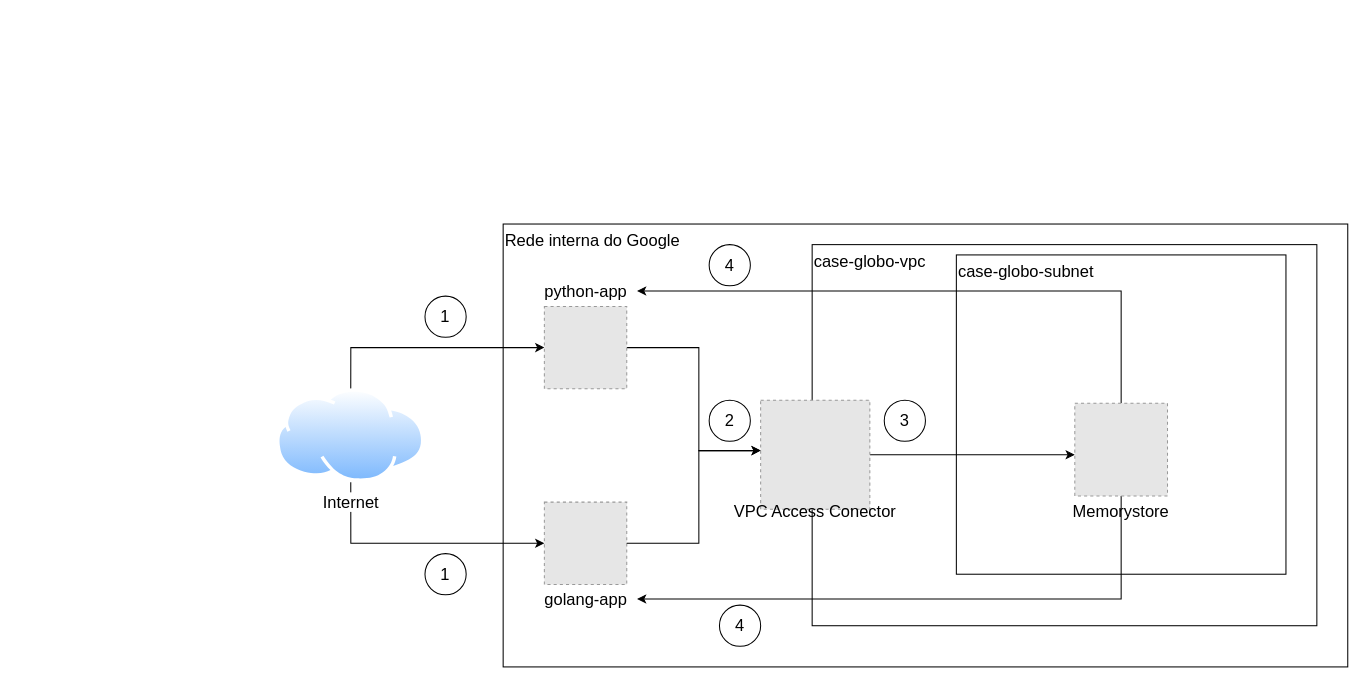
This is documents/case-globo.drawio from cgmattos/case-devops-globo, a draw.io file, before an edit. Source tidied: cells renumbered, new cells numbered last; positions are measured from the earlier drawing's top-left corner, leaving out a move shared by most shapes. Both pictures are drawn from the tidied source at 103%, with x=0, y=0 at pixel (276, 224). Pictures stored in the file or linked from it are replaced by grey dashed boxes.
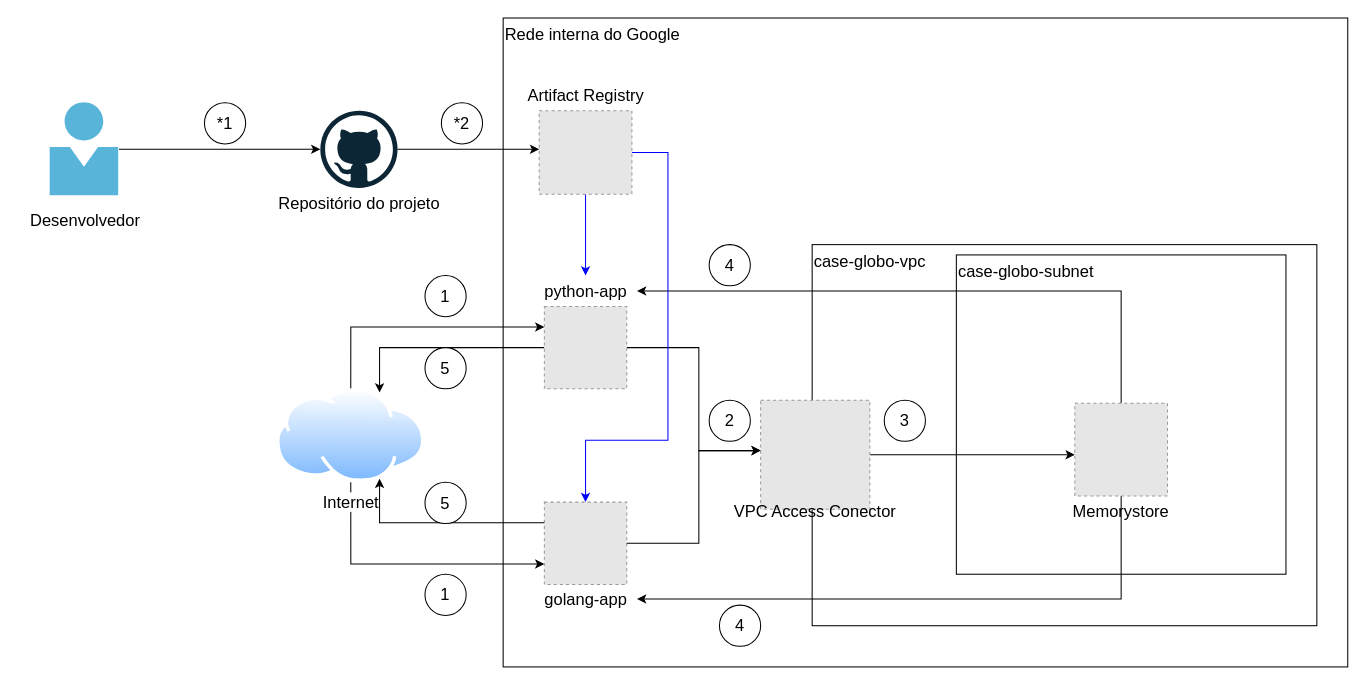
The same diagram, later.

Unchanged cells that the change refers to:
```xml
<mxCell id="5" value="&lt;font style=&quot;font-size: 16px;&quot;&gt;Internet&lt;/font&gt;" style="image;perimeter=ellipsePerimeter;html=1;align=center;shadow=0;dashed=0;spacingTop=3;image=img/lib/active_directory/internet_cloud.svg;" parent="1" vertex="1">
  <mxGeometry y="160" width="144.1" height="90.8" as="geometry" />
</mxCell>
<mxCell id="11" style="fillColor=#E6E6E6;strokeColor=#999999;dashed=1;html=1;verticalLabelPosition=bottom;labelBackgroundColor=#ffffff;verticalAlign=top;" parent="10" vertex="1">
  <mxGeometry x="10" width="80" height="80" as="geometry" />
</mxCell>
<mxCell id="24" style="fillColor=#E6E6E6;strokeColor=#999999;dashed=1;html=1;verticalLabelPosition=bottom;labelBackgroundColor=#ffffff;verticalAlign=top;" parent="1" vertex="1">
  <mxGeometry x="260" y="80" width="80" height="80" as="geometry" />
</mxCell>
<mxCell id="25" value="&lt;font style=&quot;font-size: 16px;&quot;&gt;python-app&lt;/font&gt;" style="text;html=1;align=center;verticalAlign=middle;points=[];strokeColor=none;fillColor=none;" parent="1" vertex="1">
  <mxGeometry x="250" y="50" width="100" height="30" as="geometry" />
</mxCell>
```

Diff of the diagram source:
```diff
@@
     <mxCell id="2" value="&lt;font style=&quot;font-size: 16px;&quot;&gt;Rede interna do Google&lt;/font&gt;" style="rounded=0;whiteSpace=wrap;html=1;align=left;verticalAlign=top;" parent="1" vertex="1">
-      <mxGeometry x="220" width="820" height="430" as="geometry" />
+      <mxGeometry x="220" y="-200" width="820" height="630" as="geometry" />
     </mxCell>
     <mxCell id="3" style="edgeStyle=orthogonalEdgeStyle;rounded=0;jettySize=auto;html=1;" parent="1" edge="1" source="5" target="24">
       <mxGeometry relative="1" as="geometry">
         <Array as="points">
-          <mxPoint x="72" y="120" />
+          <mxPoint x="72" y="100" />
         </Array>
       </mxGeometry>
     </mxCell>
     <mxCell id="4" style="edgeStyle=orthogonalEdgeStyle;rounded=0;jettySize=auto;html=1;" parent="1" edge="1" source="5" target="11">
       <mxGeometry relative="1" as="geometry">
         <Array as="points">
-          <mxPoint x="72" y="310" />
+          <mxPoint x="72" y="330" />
         </Array>
       </mxGeometry>
     </mxCell>
@@
     <mxCell id="20" value="&lt;font style=&quot;font-size: 16px;&quot;&gt;1&lt;/font&gt;" style="ellipse;whiteSpace=wrap;html=1;" parent="1" vertex="1">
-      <mxGeometry x="144.1" y="70" width="40" height="40" as="geometry" />
+      <mxGeometry x="144.1" y="50" width="40" height="40" as="geometry" />
     </mxCell>
     <mxCell id="21" value="&lt;font style=&quot;font-size: 16px;&quot;&gt;1&lt;/font&gt;" style="ellipse;whiteSpace=wrap;html=1;" parent="1" vertex="1">
-      <mxGeometry x="144.1" y="320" width="40" height="40" as="geometry" />
+      <mxGeometry x="144.1" y="340" width="40" height="40" as="geometry" />
     </mxCell>
@@
+    <mxCell id="28" style="edgeStyle=orthogonalEdgeStyle;rounded=0;jettySize=auto;html=1;" parent="1" edge="1" source="24" target="5">
+      <mxGeometry relative="1" as="geometry">
+        <Array as="points">
+          <mxPoint x="100" y="120" />
+        </Array>
+      </mxGeometry>
+    </mxCell>
@@
+    <mxCell id="29" style="group;" parent="1" vertex="1">
+      <mxGeometry x="-10" y="-110" width="180" height="105" as="geometry" />
+    </mxCell>
+    <mxCell id="30" style="dashed=0;outlineConnect=0;html=1;align=center;labelPosition=center;verticalLabelPosition=bottom;verticalAlign=top;shape=mxgraph.weblogos.github;" parent="29" vertex="1">
+      <mxGeometry x="52.5" width="75" height="75" as="geometry" />
+    </mxCell>
+    <mxCell id="31" value="&lt;font style=&quot;font-size: 16px;&quot;&gt;Repositório do projeto&lt;/font&gt;" style="text;html=1;align=center;verticalAlign=middle;strokeColor=none;fillColor=none;" parent="29" vertex="1">
+      <mxGeometry y="75" width="180" height="30" as="geometry" />
+    </mxCell>
+    <mxCell id="32" style="edgeStyle=orthogonalEdgeStyle;rounded=0;jettySize=auto;html=1;strokeColor=#0000FF;" parent="1" edge="1" source="34" target="25">
+      <mxGeometry relative="1" as="geometry" />
+    </mxCell>
+    <mxCell id="33" style="edgeStyle=orthogonalEdgeStyle;rounded=0;jettySize=auto;html=1;fontColor=#0000FF;strokeColor=#0000FF;" parent="1" edge="1" source="34" target="11">
+      <mxGeometry relative="1" as="geometry">
+        <Array as="points">
+          <mxPoint x="380" y="-69" />
+          <mxPoint x="380" y="210" />
+          <mxPoint x="300" y="210" />
+        </Array>
+      </mxGeometry>
+    </mxCell>
+    <mxCell id="34" style="fillColor=#E6E6E6;strokeColor=#999999;dashed=1;html=1;verticalLabelPosition=bottom;labelBackgroundColor=#ffffff;verticalAlign=top;" parent="1" vertex="1">
+      <mxGeometry x="255" y="-110" width="90" height="81" as="geometry" />
+    </mxCell>
+    <mxCell id="35" style="edgeStyle=orthogonalEdgeStyle;rounded=0;jettySize=auto;html=1;" parent="1" edge="1" source="30" target="34">
+      <mxGeometry relative="1" as="geometry">
+        <Array as="points">
+          <mxPoint x="240" y="-72" />
+          <mxPoint x="240" y="-72" />
+        </Array>
+      </mxGeometry>
+    </mxCell>
+    <mxCell id="36" value="&lt;font style=&quot;font-size: 16px;&quot;&gt;Artifact Registry&lt;/font&gt;" style="text;html=1;align=center;verticalAlign=middle;strokeColor=none;fillColor=none;" parent="1" vertex="1">
+      <mxGeometry x="230" y="-140" width="140" height="30" as="geometry" />
+    </mxCell>
+    <mxCell id="37" style="edgeStyle=orthogonalEdgeStyle;rounded=0;jettySize=auto;html=1;" parent="1" edge="1" source="11" target="5">
+      <mxGeometry relative="1" as="geometry">
+        <Array as="points">
+          <mxPoint x="100" y="290" />
+        </Array>
+      </mxGeometry>
+    </mxCell>
+    <mxCell id="38" value="&lt;font style=&quot;font-size: 16px;&quot;&gt;5&lt;/font&gt;" style="ellipse;whiteSpace=wrap;html=1;" parent="1" vertex="1">
+      <mxGeometry x="144.1" y="250.8" width="40" height="40" as="geometry" />
+    </mxCell>
+    <mxCell id="39" value="&lt;font style=&quot;font-size: 16px;&quot;&gt;5&lt;/font&gt;" style="ellipse;whiteSpace=wrap;html=1;" parent="1" vertex="1">
+      <mxGeometry x="144.1" y="120" width="40" height="40" as="geometry" />
+    </mxCell>
+    <mxCell id="40" style="edgeStyle=orthogonalEdgeStyle;rounded=0;jettySize=auto;html=1;" parent="1" edge="1" source="41" target="30">
+      <mxGeometry relative="1" as="geometry" />
+    </mxCell>
+    <mxCell id="41" style="image;sketch=0;html=1;points=[];align=center;fontSize=12;image=img/lib/mscae/Person.svg;" parent="1" vertex="1">
+      <mxGeometry x="-220" y="-117.8" width="67" height="90.5" as="geometry" />
+    </mxCell>
+    <mxCell id="42" value="&lt;font style=&quot;font-size: 16px;&quot;&gt;Desenvolvedor&lt;/font&gt;" style="text;html=1;align=center;verticalAlign=middle;strokeColor=none;fillColor=none;" parent="1" vertex="1">
+      <mxGeometry x="-251.5" y="-19.5" width="130" height="30" as="geometry" />
+    </mxCell>
+    <mxCell id="43" value="&lt;font style=&quot;font-size: 16px;&quot;&gt;*1&lt;/font&gt;" style="ellipse;whiteSpace=wrap;html=1;" parent="1" vertex="1">
+      <mxGeometry x="-70" y="-117.8" width="40" height="40" as="geometry" />
+    </mxCell>
+    <mxCell id="44" value="&lt;font style=&quot;font-size: 16px;&quot;&gt;*2&lt;/font&gt;" style="ellipse;whiteSpace=wrap;html=1;" parent="1" vertex="1">
+      <mxGeometry x="160" y="-117.8" width="40" height="40" as="geometry" />
+    </mxCell>
```
